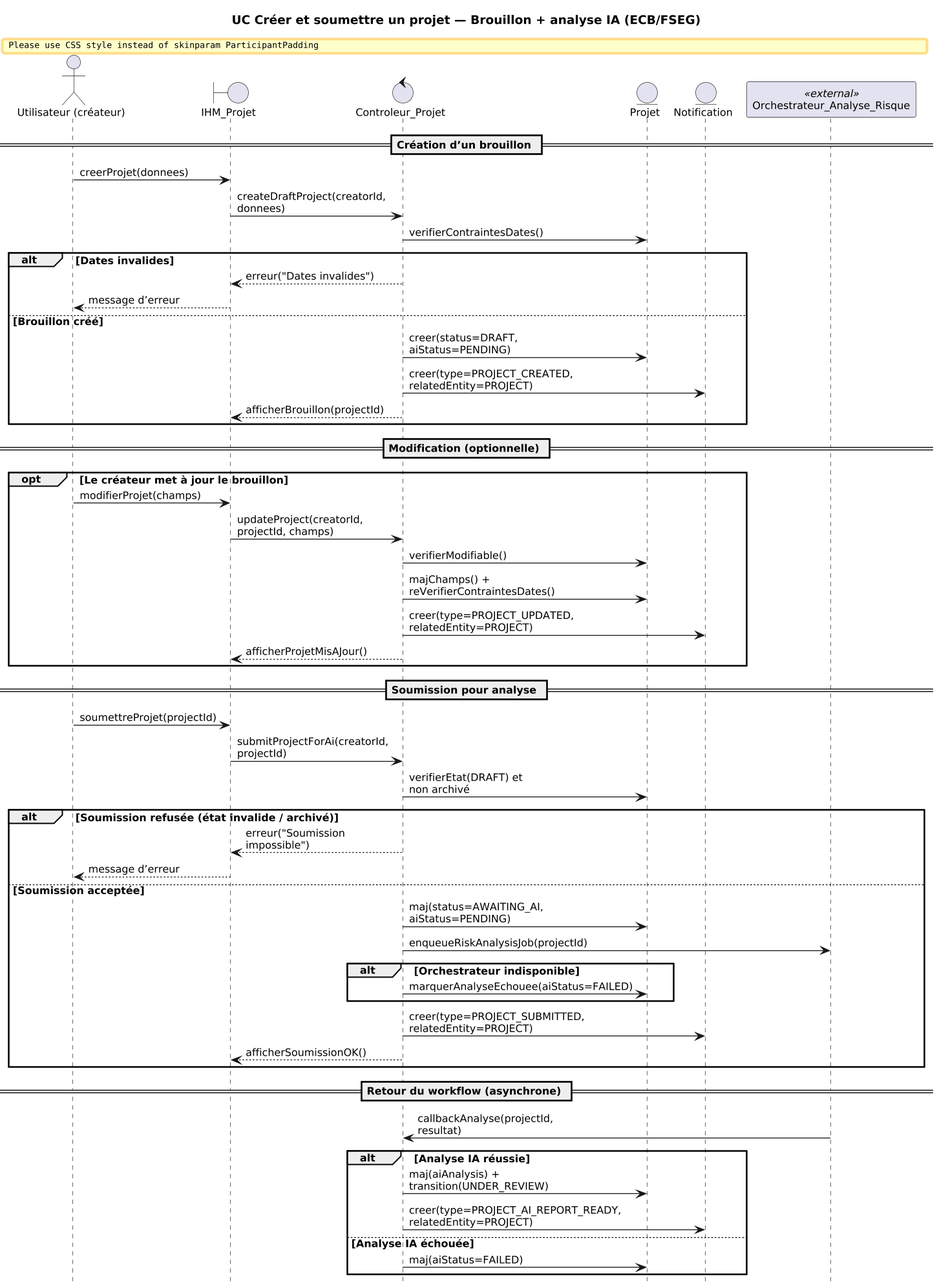
Above: rapport/images/sequence_diagram/creer_projet.png in Gdoura44/crowdfunding (PlantUML), before the change.
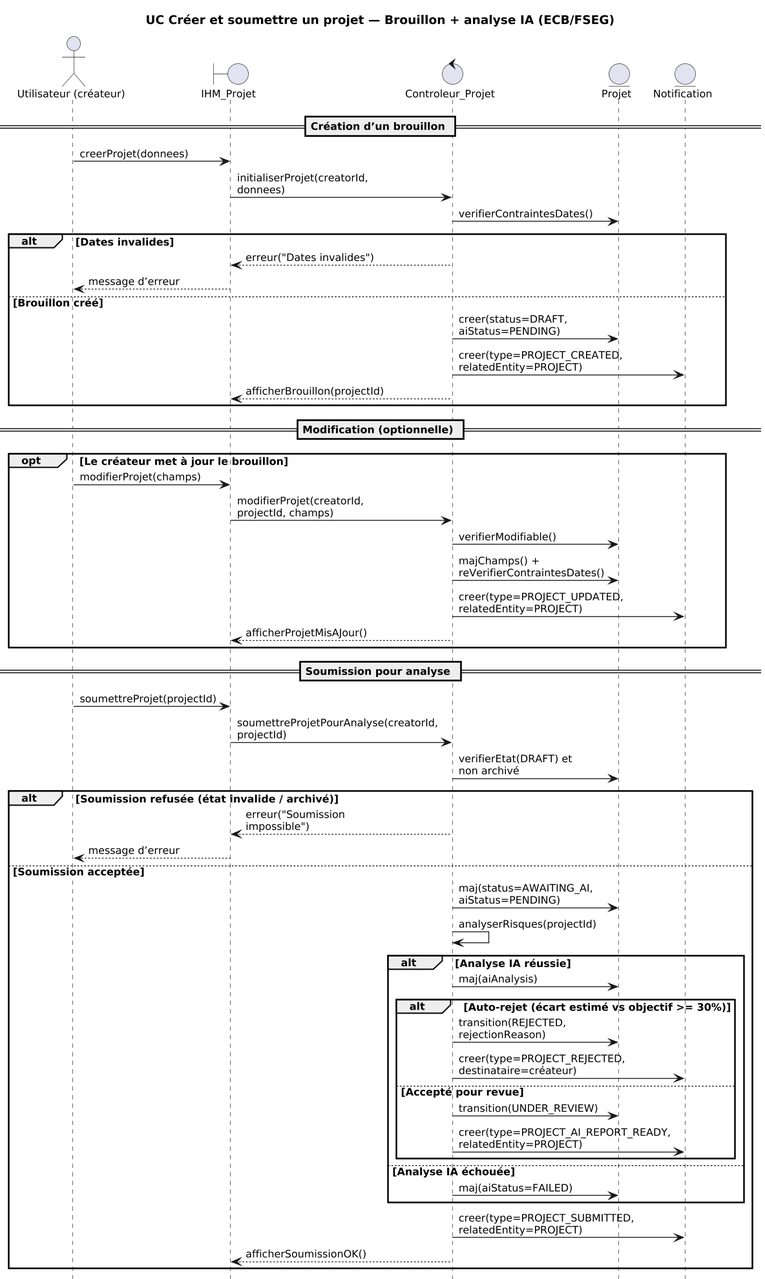
After the commit.

Diff of the diagram source:
```diff
@@ -5,8 +5,6 @@
 skinparam defaultFontName "Times New Roman"
 skinparam defaultFontSize 12
 skinparam sequenceMessageAlign left
-skinparam ParticipantPadding 10
-skinparam BoxPadding 6
 skinparam maxMessageSize 45
 skinparam wrapWidth 150
 skinparam dpi 150
@@ -19,11 +17,10 @@
 control "Controleur_Projet" as CP
 entity "Projet" as P
 entity "Notification" as N
-participant "Orchestrateur_Analyse_Risque" as WF <<external>>
 
 == Création d’un brouillon ==
 U -> IHM : creerProjet(donnees)
-IHM -> CP : createDraftProject(creatorId, donnees)
+IHM -> CP : initialiserProjet(creatorId, donnees)
 
 CP -> P : verifierContraintesDates()
 alt Dates invalides
@@ -38,7 +35,7 @@
 == Modification (optionnelle) ==
 opt Le créateur met à jour le brouillon
   U -> IHM : modifierProjet(champs)
-  IHM -> CP : updateProject(creatorId, projectId, champs)
+  IHM -> CP : modifierProjet(creatorId, projectId, champs)
   CP -> P : verifierModifiable()
   CP -> P : majChamps() + reVerifierContraintesDates()
   CP -> N : creer(type=PROJECT_UPDATED, relatedEntity=PROJECT)
@@ -47,7 +44,7 @@
 
 == Soumission pour analyse ==
 U -> IHM : soumettreProjet(projectId)
-IHM -> CP : submitProjectForAi(creatorId, projectId)
+IHM -> CP : soumettreProjetPourAnalyse(creatorId, projectId)
 
 CP -> P : verifierEtat(DRAFT) et non archivé
 alt Soumission refusée (état invalide / archivé)
@@ -55,20 +52,23 @@
   IHM --> U : message d’erreur
 else Soumission acceptée
   CP -> P : maj(status=AWAITING_AI, aiStatus=PENDING)
-  CP -> WF : enqueueRiskAnalysisJob(projectId)
-  alt Orchestrateur indisponible
-    CP -> P : marquerAnalyseEchouee(aiStatus=FAILED)
+
+  CP -> CP : analyserRisques(projectId)
+
+  alt Analyse IA réussie
+    CP -> P : maj(aiAnalysis)
+    alt Auto-rejet (écart estimé vs objectif >= 30%)
+      CP -> P : transition(REJECTED, rejectionReason)
+      CP -> N : creer(type=PROJECT_REJECTED, destinataire=créateur)
+    else Accepté pour revue
+      CP -> P : transition(UNDER_REVIEW)
+      CP -> N : creer(type=PROJECT_AI_REPORT_READY, relatedEntity=PROJECT)
+    end
+  else Analyse IA échouée
+    CP -> P : maj(aiStatus=FAILED)
   end
+
   CP -> N : creer(type=PROJECT_SUBMITTED, relatedEntity=PROJECT)
   CP --> IHM : afficherSoumissionOK()
 end
-
-== Retour du workflow (asynchrone) ==
-WF -> CP : callbackAnalyse(projectId, resultat)
-alt Analyse IA réussie
-  CP -> P : maj(aiAnalysis) + transition(UNDER_REVIEW)
-  CP -> N : creer(type=PROJECT_AI_REPORT_READY, relatedEntity=PROJECT)
-else Analyse IA échouée
-  CP -> P : maj(aiStatus=FAILED)
-end
 @enduml
```
